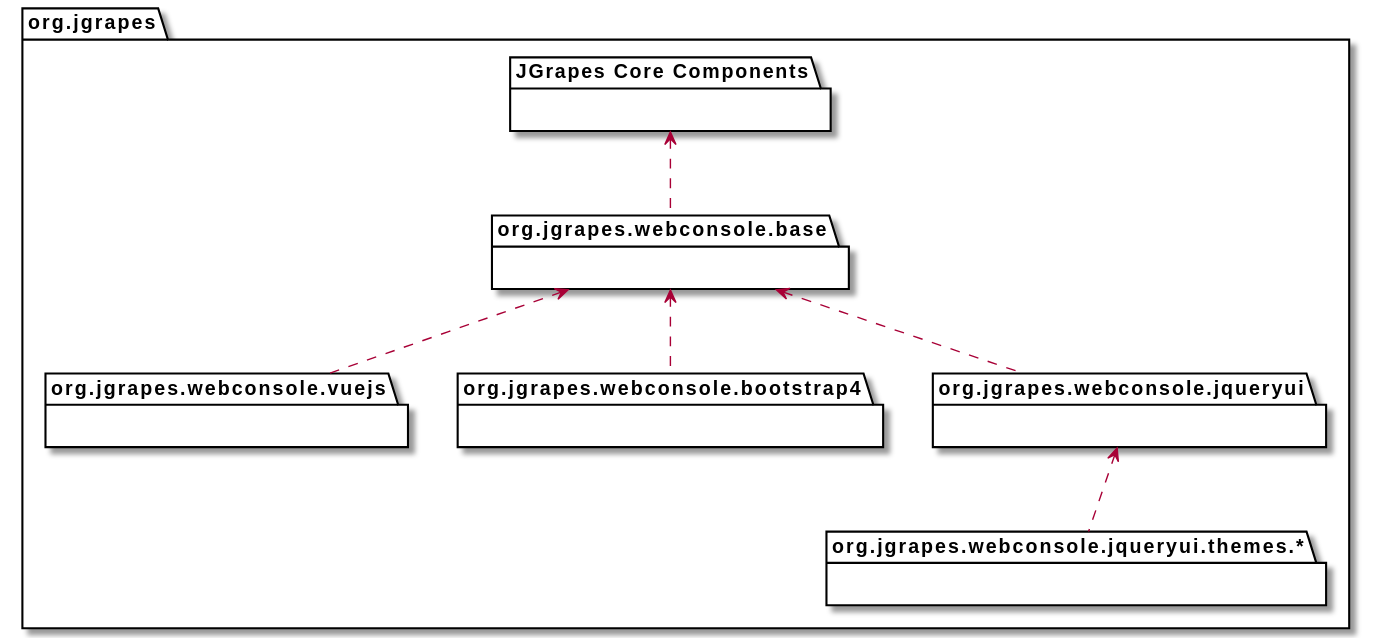
Above: javadoc-webconsole/org/jgrapes/webconsole/base/package-hierarchy.svg in mnlipp/jgrapes (PlantUML), before the change.
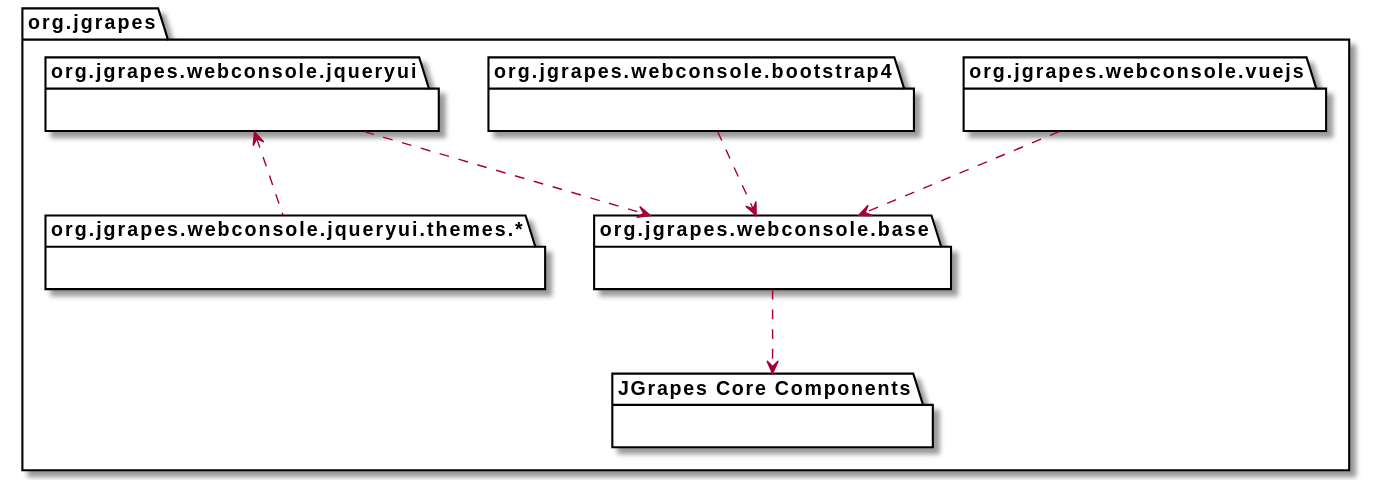
The same file after the commit.

Diff of the diagram source:
```diff
@@ -21,9 +21,9 @@
      }
  }
 
- "JGrapes Core Components" <.. org.jgrapes.webconsole.base
- org.jgrapes.webconsole.base <.. "org.jgrapes.webconsole.jqueryui"
+ org.jgrapes.webconsole.base ..> "JGrapes Core Components"
+ "org.jgrapes.webconsole.jqueryui" ..> org.jgrapes.webconsole.base
  org.jgrapes.webconsole.jqueryui <.. "org.jgrapes.webconsole.jqueryui.themes.*"
- org.jgrapes.webconsole.base <.. "org.jgrapes.webconsole.bootstrap4"
- org.jgrapes.webconsole.base <.. "org.jgrapes.webconsole.vuejs"
+ "org.jgrapes.webconsole.bootstrap4" ..> org.jgrapes.webconsole.base
+ "org.jgrapes.webconsole.vuejs" ..> org.jgrapes.webconsole.base
 @enduml
```
